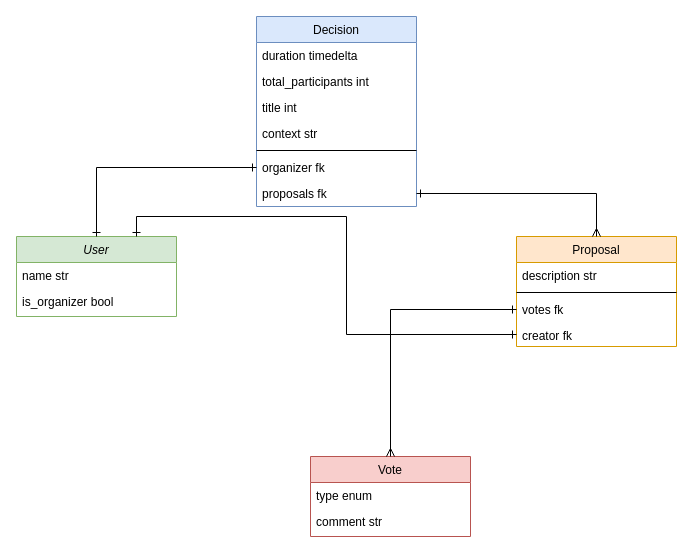
RichaoAlexandre/HackDays keeps this draw.io diagram as apps/docs/decisions.drawio. Above is the earlier version. Source tidied: cells renumbered, new cells numbered last; positions are measured from the earlier drawing's top-left corner, leaving out a move shared by most shapes. Both pictures are drawn from the tidied source at 100%, with x=0, y=0 at pixel (16, 16).
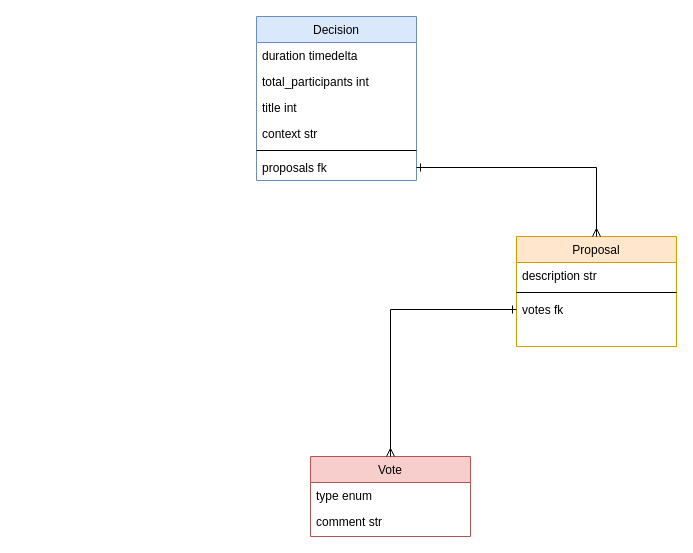
Above is the later version.

Commit message (it also covers changes not shown here):
refactor: remove User model and related fields from Proposal, Vote, and Decision models

The change refers to these unchanged cells:
```xml
<mxCell id="16" value="Proposal" style="swimlane;fontStyle=0;align=center;verticalAlign=top;horizontal=1;startSize=26;rounded=0;shadow=0;strokeWidth=1;fillColor=#ffe6cc;strokeColor=#d79b00;" parent="1" vertex="1">
  <mxGeometry x="500" y="220" width="160" height="110" as="geometry" />
</mxCell>
```

The edit, as a diff of the source:
```diff
@@
-    <mxCell id="2" value="User" style="swimlane;fontStyle=2;align=center;verticalAlign=top;horizontal=1;startSize=26;rounded=0;shadow=0;strokeWidth=1;fillColor=#d5e8d4;strokeColor=#82b366;" parent="1" vertex="1">
-      <mxGeometry y="220" width="160" height="80" as="geometry" />
-    </mxCell>
-    <mxCell id="3" value="name str" style="text;align=left;verticalAlign=top;spacingLeft=4;spacingRight=4;overflow=hidden;" parent="2" vertex="1">
-      <mxGeometry y="26" width="160" height="26" as="geometry" />
-    </mxCell>
-    <mxCell id="4" value="is_organizer bool" style="text;align=left;verticalAlign=top;spacingLeft=4;spacingRight=4;overflow=hidden;rounded=0;shadow=0;html=0;" parent="2" vertex="1">
-      <mxGeometry y="52" width="160" height="26" as="geometry" />
-    </mxCell>
     <mxCell id="5" value="Decision" style="swimlane;fontStyle=0;align=center;verticalAlign=top;horizontal=1;startSize=26;rounded=0;shadow=0;strokeWidth=1;fillColor=#dae8fc;strokeColor=#6c8ebf;" parent="1" vertex="1">
-      <mxGeometry x="240" width="160" height="190" as="geometry" />
+      <mxGeometry x="240" width="160" height="164" as="geometry" />
     </mxCell>
@@
-    <mxCell id="11" value="organizer fk" style="text;align=left;verticalAlign=top;spacingLeft=4;spacingRight=4;overflow=hidden;points=[[0,0.5],[1,0.5]];portConstraint=eastwest;" parent="5" vertex="1">
-      <mxGeometry y="138" width="160" height="26" as="geometry" />
-    </mxCell>
     <mxCell id="12" value="proposals fk" style="text;align=left;verticalAlign=top;spacingLeft=4;spacingRight=4;overflow=hidden;points=[[0,0.5],[1,0.5]];portConstraint=eastwest;rounded=0;shadow=0;html=0;" parent="5" vertex="1">
-      <mxGeometry y="164" width="160" height="26" as="geometry" />
+      <mxGeometry y="138" width="160" height="26" as="geometry" />
     </mxCell>
@@
-    <mxCell id="20" value="creator fk" style="text;align=left;verticalAlign=top;spacingLeft=4;spacingRight=4;overflow=hidden;points=[[0,0.5],[1,0.5]];portConstraint=eastwest;" parent="16" vertex="1">
-      <mxGeometry y="86" width="160" height="24" as="geometry" />
-    </mxCell>
-    <mxCell id="21" style="edgeStyle=orthogonalEdgeStyle;rounded=0;jettySize=auto;html=1;endArrow=ERone;endFill=0;startArrow=ERone;startFill=0;" parent="1" edge="1" source="11" target="2">
-      <mxGeometry relative="1" as="geometry" />
-    </mxCell>
@@
-    <mxCell id="24" style="edgeStyle=orthogonalEdgeStyle;rounded=0;jettySize=auto;html=1;entryX=0.75;entryY=0;entryDx=0;entryDy=0;startArrow=ERone;startFill=0;endArrow=ERone;endFill=0;" parent="1" edge="1" source="20" target="2">
-      <mxGeometry relative="1" as="geometry" />
-    </mxCell>
```
